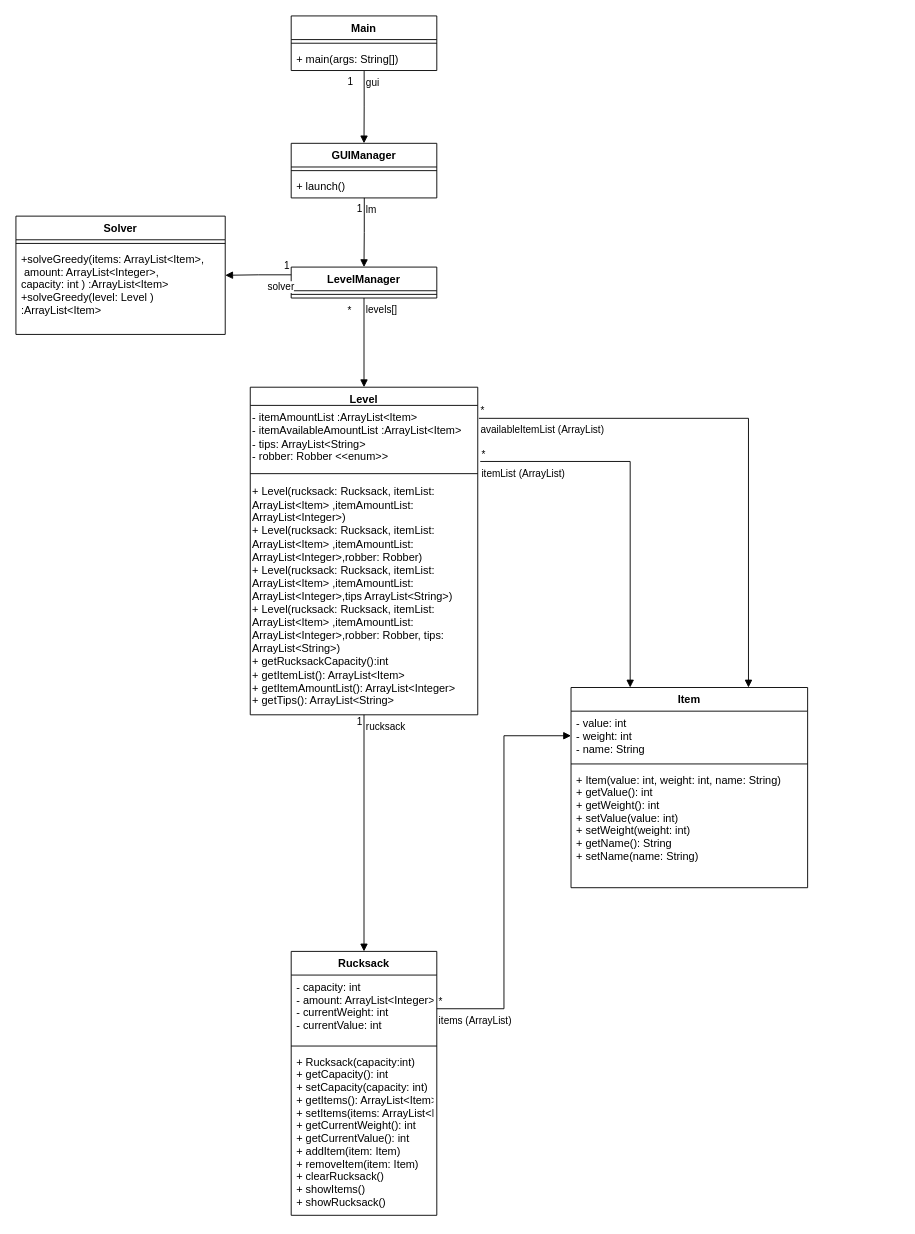
Before: Klassendiagramm.drawio in CaroReutin/Teamprojekt, a draw.io diagram. Source tidied: cells renumbered, new cells numbered last; positions are measured from the earlier drawing's top-left corner, leaving out a move shared by most shapes. Both pictures are drawn from the tidied source at 91%, with x=0, y=0 at pixel (15, 15).
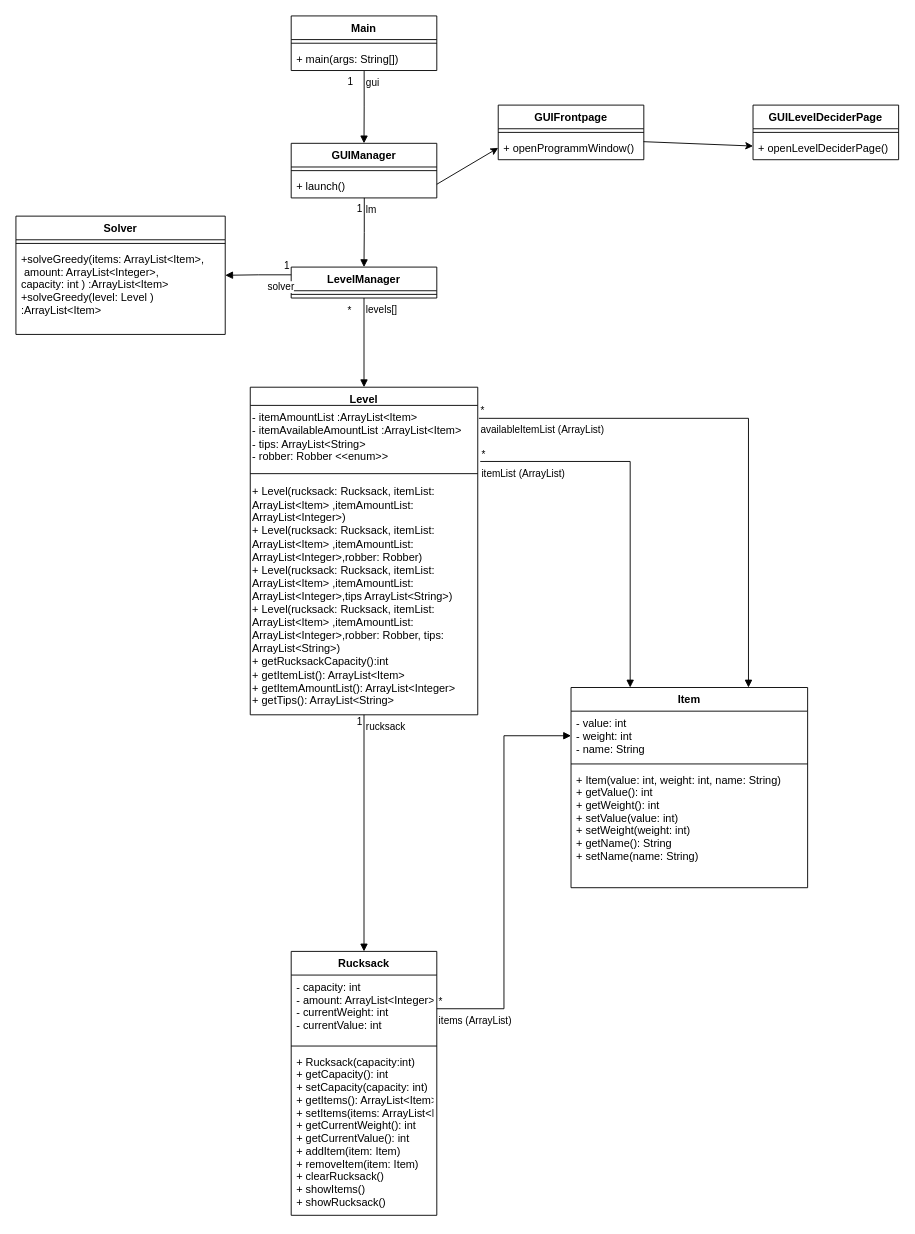
Above is the later version.

Commit message:
added GUI Classes GUIFrontpage and GUILevelDeciderPage

Unchanged cells that the change refers to:
```xml
<mxCell id="5" value="GUIManager" style="swimlane;fontStyle=1;align=center;verticalAlign=top;horizontal=1;startSize=26;" parent="1" vertex="1">
  <mxGeometry x="302.5" y="140" width="160" height="60" as="geometry" />
</mxCell>
```

Change to the diagram source:
```diff
@@
+    <mxCell id="41" value="GUIFrontpage" style="swimlane;fontStyle=1;align=center;verticalAlign=top;horizontal=1;startSize=26;" parent="1" vertex="1">
+      <mxGeometry x="530" y="98" width="160" height="60" as="geometry" />
+    </mxCell>
+    <mxCell id="42" style="line;strokeWidth=1;fillColor=none;align=left;verticalAlign=middle;spacingTop=-1;spacingLeft=3;spacingRight=3;labelPosition=right;strokeColor=inherit;" parent="41" vertex="1">
+      <mxGeometry y="26" width="160" height="8" as="geometry" />
+    </mxCell>
+    <mxCell id="43" value="+ openProgrammWindow()" style="text;strokeColor=none;fillColor=none;align=left;verticalAlign=top;spacingLeft=4;spacingRight=4;overflow=hidden;points=[[0,0.5],[1,0.5]];portConstraint=eastwest;" parent="41" vertex="1">
+      <mxGeometry y="34" width="160" height="26" as="geometry" />
+    </mxCell>
+    <mxCell id="44" value="GUILevelDeciderPage" style="swimlane;fontStyle=1;align=center;verticalAlign=top;horizontal=1;startSize=26;" parent="1" vertex="1">
+      <mxGeometry x="810" y="98" width="160" height="60" as="geometry" />
+    </mxCell>
+    <mxCell id="45" style="line;strokeWidth=1;fillColor=none;align=left;verticalAlign=middle;spacingTop=-1;spacingLeft=3;spacingRight=3;labelPosition=right;strokeColor=inherit;" parent="44" vertex="1">
+      <mxGeometry y="26" width="160" height="8" as="geometry" />
+    </mxCell>
+    <mxCell id="46" value="+ openLevelDeciderPage()" style="text;strokeColor=none;fillColor=none;align=left;verticalAlign=top;spacingLeft=4;spacingRight=4;overflow=hidden;" parent="44" vertex="1">
+      <mxGeometry y="34" width="160" height="26" as="geometry" />
+    </mxCell>
+    <mxCell id="47" style="endArrow=classic;html=1;rounded=0;exitX=0.998;exitY=0.238;exitDx=0;exitDy=0;exitPerimeter=0;entryX=0;entryY=0.75;entryDx=0;entryDy=0;" parent="1" edge="1" source="43" target="44">
+      <mxGeometry relative="1" as="geometry" />
+    </mxCell>
+    <mxCell id="48" style="endArrow=classic;html=1;rounded=0;exitX=1;exitY=0.75;exitDx=0;exitDy=0;entryX=0;entryY=0.5;entryDx=0;entryDy=0;" parent="1" edge="1" source="5" target="43">
+      <mxGeometry relative="1" as="geometry" />
+    </mxCell>
```
